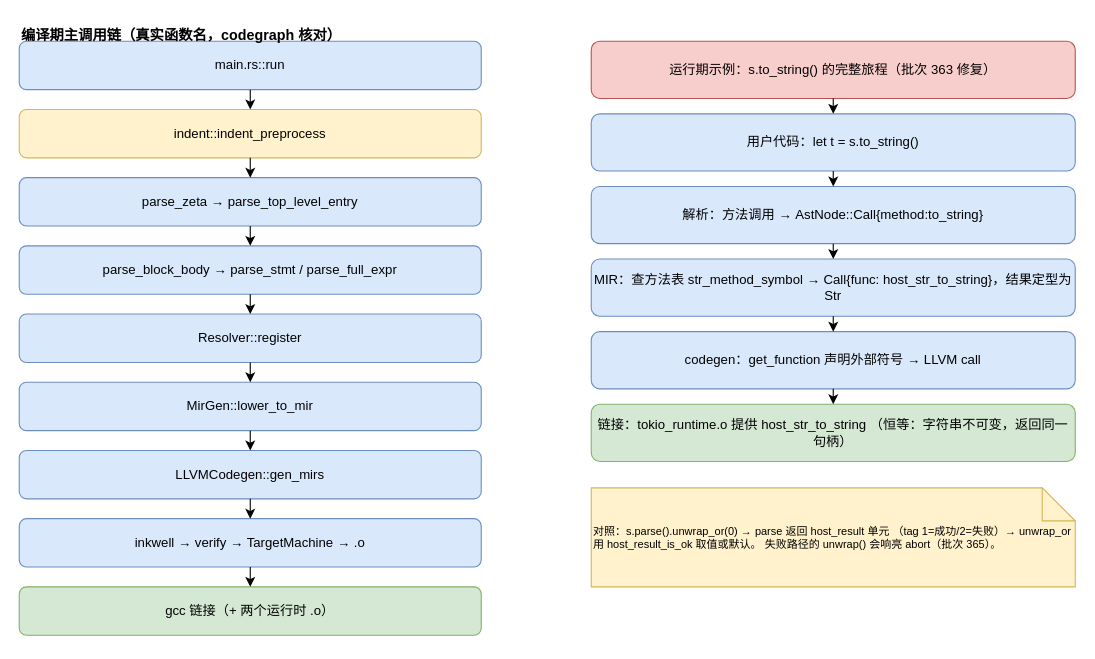
Above: docs/diagrams/zeta-call-chain.drawio in AgenticTimes/zeta (draw.io), before the change. Source tidied: cells renumbered, new cells numbered last; positions are measured from the earlier drawing's top-left corner, leaving out a move shared by most shapes. Both pictures are drawn from the tidied source at 110%, with x=0, y=0 at pixel (19, 19).
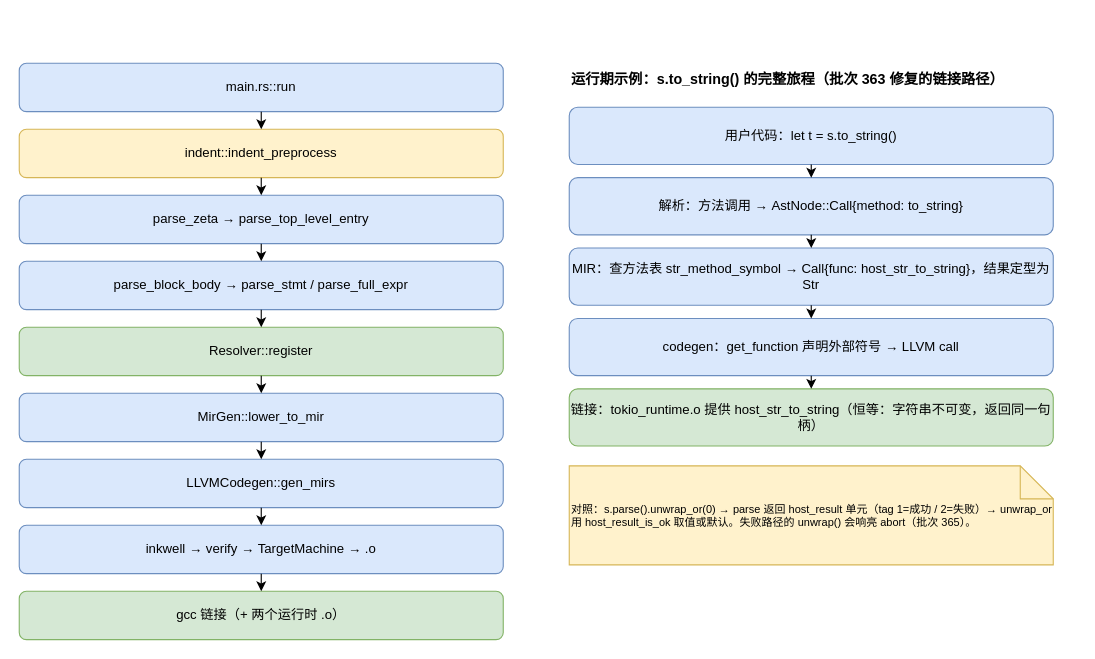
The same diagram, later.

Diff of the diagram source:
```diff
@@
     <mxCell id="2" value="main.rs::run" style="rounded=1;whiteSpace=wrap;html=1;fillColor=#dae8fc;strokeColor=#6c8ebf;fontSize=12;" parent="1" vertex="1">
-      <mxGeometry y="20" width="420" height="44" as="geometry" />
+      <mxGeometry y="40" width="440" height="44" as="geometry" />
     </mxCell>
     <mxCell id="3" value="indent::indent_preprocess" style="rounded=1;whiteSpace=wrap;html=1;fillColor=#fff2cc;strokeColor=#d6b656;fontSize=12;" parent="1" vertex="1">
-      <mxGeometry y="82" width="420" height="44" as="geometry" />
+      <mxGeometry y="100" width="440" height="44" as="geometry" />
     </mxCell>
     <mxCell id="4" value="parse_zeta → parse_top_level_entry" style="rounded=1;whiteSpace=wrap;html=1;fillColor=#dae8fc;strokeColor=#6c8ebf;fontSize=12;" parent="1" vertex="1">
-      <mxGeometry y="144" width="420" height="44" as="geometry" />
+      <mxGeometry y="160" width="440" height="44" as="geometry" />
     </mxCell>
     <mxCell id="5" value="parse_block_body → parse_stmt / parse_full_expr" style="rounded=1;whiteSpace=wrap;html=1;fillColor=#dae8fc;strokeColor=#6c8ebf;fontSize=12;" parent="1" vertex="1">
-      <mxGeometry y="206" width="420" height="44" as="geometry" />
+      <mxGeometry y="220" width="440" height="44" as="geometry" />
     </mxCell>
-    <mxCell id="6" value="Resolver::register" style="rounded=1;whiteSpace=wrap;html=1;fillColor=#dae8fc;strokeColor=#6c8ebf;fontSize=12;" parent="1" vertex="1">
-      <mxGeometry y="268" width="420" height="44" as="geometry" />
+    <mxCell id="6" value="Resolver::register" style="rounded=1;whiteSpace=wrap;html=1;fillColor=#d5e8d4;strokeColor=#82b366;fontSize=12;" parent="1" vertex="1">
+      <mxGeometry y="280" width="440" height="44" as="geometry" />
     </mxCell>
     <mxCell id="7" value="MirGen::lower_to_mir" style="rounded=1;whiteSpace=wrap;html=1;fillColor=#dae8fc;strokeColor=#6c8ebf;fontSize=12;" parent="1" vertex="1">
-      <mxGeometry y="330" width="420" height="44" as="geometry" />
+      <mxGeometry y="340" width="440" height="44" as="geometry" />
     </mxCell>
     <mxCell id="8" value="LLVMCodegen::gen_mirs" style="rounded=1;whiteSpace=wrap;html=1;fillColor=#dae8fc;strokeColor=#6c8ebf;fontSize=12;" parent="1" vertex="1">
-      <mxGeometry y="392" width="420" height="44" as="geometry" />
+      <mxGeometry y="400" width="440" height="44" as="geometry" />
     </mxCell>
     <mxCell id="9" value="inkwell → verify → TargetMachine → .o" style="rounded=1;whiteSpace=wrap;html=1;fillColor=#dae8fc;strokeColor=#6c8ebf;fontSize=12;" parent="1" vertex="1">
-      <mxGeometry y="454" width="420" height="44" as="geometry" />
+      <mxGeometry y="460" width="440" height="44" as="geometry" />
     </mxCell>
     <mxCell id="10" value="gcc 链接（+ 两个运行时 .o）" style="rounded=1;whiteSpace=wrap;html=1;fillColor=#d5e8d4;strokeColor=#82b366;fontSize=12;" parent="1" vertex="1">
-      <mxGeometry y="516" width="420" height="44" as="geometry" />
+      <mxGeometry y="520" width="440" height="44" as="geometry" />
     </mxCell>
@@
-    <mxCell id="19" value="编译期主调用链（真实函数名，codegraph 核对）" style="text;html=1;fontStyle=1;fontSize=13;" parent="1" vertex="1">
-      <mxGeometry width="460" height="20" as="geometry" />
-    </mxCell>
-    <mxCell id="20" value="运行期示例：s.to_string() 的完整旅程（批次 363 修复）" style="rounded=1;whiteSpace=wrap;html=1;fillColor=#f8cecc;strokeColor=#b85450;fontSize=12;" parent="1" vertex="1">
-      <mxGeometry x="520" y="20" width="440" height="52" as="geometry" />
-    </mxCell>
+    <mxCell id="32" value="运行期示例：s.to_string() 的完整旅程（批次 363 修复的链接路径）" style="text;html=1;fontStyle=1;fontSize=13;align=left;" parent="1" vertex="1">
+      <mxGeometry x="500" y="40" width="440" height="20" as="geometry" />
+    </mxCell>
     <mxCell id="21" value="用户代码：let t = s.to_string()" style="rounded=1;whiteSpace=wrap;html=1;fillColor=#dae8fc;strokeColor=#6c8ebf;fontSize=12;" parent="1" vertex="1">
-      <mxGeometry x="520" y="86" width="440" height="52" as="geometry" />
+      <mxGeometry x="500" y="80" width="440" height="52" as="geometry" />
     </mxCell>
-    <mxCell id="22" value="解析：方法调用 → AstNode::Call{method:to_string}" style="rounded=1;whiteSpace=wrap;html=1;fillColor=#dae8fc;strokeColor=#6c8ebf;fontSize=12;" parent="1" vertex="1">
-      <mxGeometry x="520" y="152" width="440" height="52" as="geometry" />
-    </mxCell>
+    <mxCell id="33" value="解析：方法调用 → AstNode::Call{method: to_string}" style="rounded=1;whiteSpace=wrap;html=1;fillColor=#dae8fc;strokeColor=#6c8ebf;fontSize=12;" parent="1" vertex="1">
+      <mxGeometry x="500" y="144" width="440" height="52" as="geometry" />
+    </mxCell>
     <mxCell id="23" value="MIR：查方法表 str_method_symbol → Call{func: host_str_to_string}，结果定型为 Str" style="rounded=1;whiteSpace=wrap;html=1;fillColor=#dae8fc;strokeColor=#6c8ebf;fontSize=12;" parent="1" vertex="1">
-      <mxGeometry x="520" y="218" width="440" height="52" as="geometry" />
+      <mxGeometry x="500" y="208" width="440" height="52" as="geometry" />
     </mxCell>
     <mxCell id="24" value="codegen：get_function 声明外部符号 → LLVM call" style="rounded=1;whiteSpace=wrap;html=1;fillColor=#dae8fc;strokeColor=#6c8ebf;fontSize=12;" parent="1" vertex="1">
-      <mxGeometry x="520" y="284" width="440" height="52" as="geometry" />
+      <mxGeometry x="500" y="272" width="440" height="52" as="geometry" />
     </mxCell>
-    <mxCell id="25" value="链接：tokio_runtime.o 提供 host_str_to_string （恒等：字符串不可变，返回同一句柄）" style="rounded=1;whiteSpace=wrap;html=1;fillColor=#d5e8d4;strokeColor=#82b366;fontSize=12;" parent="1" vertex="1">
-      <mxGeometry x="520" y="350" width="440" height="52" as="geometry" />
-    </mxCell>
-    <mxCell id="26" style="edgeStyle=orthogonalEdgeStyle;rounded=1;html=1;" parent="1" edge="1" source="20" target="21">
-      <mxGeometry relative="1" as="geometry" />
-    </mxCell>
-    <mxCell id="27" style="edgeStyle=orthogonalEdgeStyle;rounded=1;html=1;" parent="1" edge="1" source="21" target="22">
-      <mxGeometry relative="1" as="geometry" />
-    </mxCell>
-    <mxCell id="28" style="edgeStyle=orthogonalEdgeStyle;rounded=1;html=1;" parent="1" edge="1" source="22" target="23">
-      <mxGeometry relative="1" as="geometry" />
-    </mxCell>
+    <mxCell id="34" value="链接：tokio_runtime.o 提供 host_str_to_string（恒等：字符串不可变，返回同一句柄）" style="rounded=1;whiteSpace=wrap;html=1;fillColor=#d5e8d4;strokeColor=#82b366;fontSize=12;" parent="1" vertex="1">
+      <mxGeometry x="500" y="336" width="440" height="52" as="geometry" />
+    </mxCell>
+    <mxCell id="35" style="edgeStyle=orthogonalEdgeStyle;rounded=1;html=1;" parent="1" edge="1" source="21" target="33">
+      <mxGeometry relative="1" as="geometry" />
+    </mxCell>
+    <mxCell id="36" style="edgeStyle=orthogonalEdgeStyle;rounded=1;html=1;" parent="1" edge="1" source="33" target="23">
+      <mxGeometry relative="1" as="geometry" />
+    </mxCell>
@@
-    <mxCell id="30" style="edgeStyle=orthogonalEdgeStyle;rounded=1;html=1;" parent="1" edge="1" source="24" target="25">
-      <mxGeometry relative="1" as="geometry" />
-    </mxCell>
-    <mxCell id="31" value="对照：s.parse().unwrap_or(0) → parse 返回 host_result 单元 （tag 1=成功/2=失败）→ unwrap_or 用 host_result_is_ok 取值或默认。 失败路径的 unwrap() 会响亮 abort（批次 365）。" style="shape=note;whiteSpace=wrap;html=1;fillColor=#fff2cc;strokeColor=#d6b656;fontSize=10;align=left;" parent="1" vertex="1">
-      <mxGeometry x="520" y="426" width="440" height="90" as="geometry" />
-    </mxCell>
+    <mxCell id="37" style="edgeStyle=orthogonalEdgeStyle;rounded=1;html=1;" parent="1" edge="1" source="24" target="34">
+      <mxGeometry relative="1" as="geometry" />
+    </mxCell>
+    <mxCell id="38" value="对照：s.parse().unwrap_or(0) → parse 返回 host_result 单元（tag 1=成功 / 2=失败）→ unwrap_or 用 host_result_is_ok 取值或默认。失败路径的 unwrap() 会响亮 abort（批次 365）。" style="shape=note;whiteSpace=wrap;html=1;fillColor=#fff2cc;strokeColor=#d6b656;fontSize=10;align=left;" parent="1" vertex="1">
+      <mxGeometry x="500" y="406" width="440" height="90" as="geometry" />
+    </mxCell>
```
